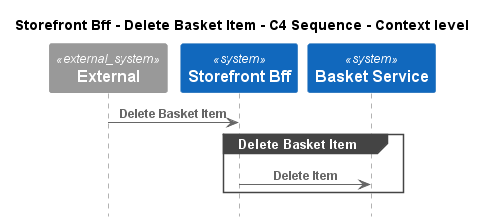
C4InterFlow/architecture-as-code-samples keeps this PlantUML diagram as e-commerce-platform/Software Systems/Storefront Bff/Interfaces/Delete Basket Item/Context - C4 Sequence.png. Above is the earlier version. Its diagram source:
```plantuml
@startuml
!pragma layout smetana
!include ..\..\..\..\.c4s\C4_Sequence.puml

title Storefront Bff - Delete Basket Item - C4 Sequence - Context level

System_Ext(C4InterFlow.SoftwareSystems.ExternalSystem, "External", "")
System(ECommercePlatform.SoftwareSystems.StorefrontBff, "Storefront Bff", "")
System(ECommercePlatform.SoftwareSystems.BasketService, "Basket Service", "")

Rel(C4InterFlow.SoftwareSystems.ExternalSystem, ECommercePlatform.SoftwareSystems.StorefrontBff, "Delete Basket Item")
group Delete Basket Item
Rel(ECommercePlatform.SoftwareSystems.StorefrontBff, ECommercePlatform.SoftwareSystems.BasketService, "Delete Item")
end


@enduml
```
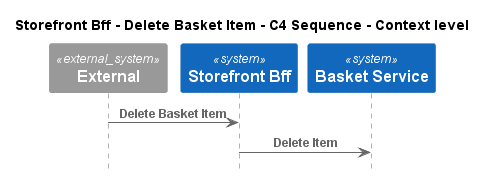
The same file after the commit.

The edit, as a diff of the source:
```diff
@@ -9,9 +9,7 @@
 System(ECommercePlatform.SoftwareSystems.BasketService, "Basket Service", "")
 
 Rel(C4InterFlow.SoftwareSystems.ExternalSystem, ECommercePlatform.SoftwareSystems.StorefrontBff, "Delete Basket Item")
-group Delete Basket Item
 Rel(ECommercePlatform.SoftwareSystems.StorefrontBff, ECommercePlatform.SoftwareSystems.BasketService, "Delete Item")
-end
 
 
 @enduml
```
